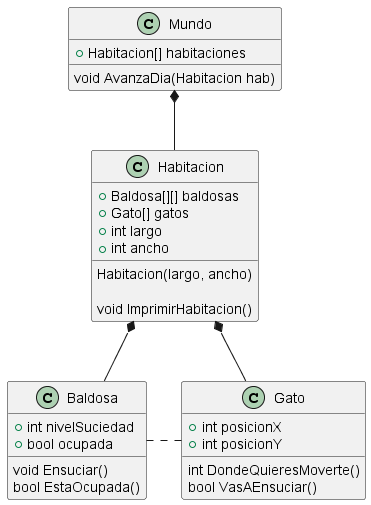
The PlantUML diagram out/theWorld/clases/Clases.png in mmasias/theWorld, before a commit.
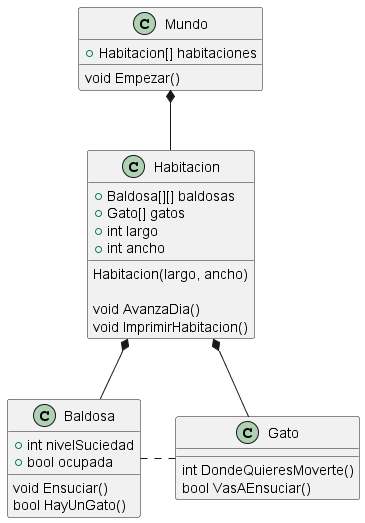
Above is the later version.

Change to the diagram source:
```diff
@@ -3,7 +3,7 @@
 class Mundo{
     +Habitacion[] habitaciones
 
-    void AvanzaDia(Habitacion hab)
+    void Empezar()
 }
 
 
@@ -15,6 +15,7 @@
 
     Habitacion(largo, ancho)
 
+    void AvanzaDia()
     void ImprimirHabitacion()
 }
 
@@ -23,14 +24,11 @@
     +bool ocupada
 
     void Ensuciar()
-    bool EstaOcupada()
+    bool HayUnGato()
 }
 
 
 class Gato {
-    +int posicionX
-    +int posicionY
-
     int DondeQuieresMoverte()
     bool VasAEnsuciar()
 }
```
